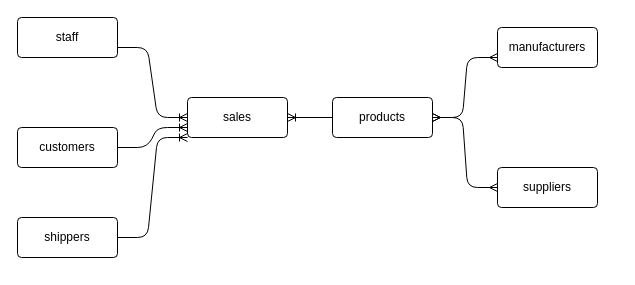
This is Untitled Diagram.drawio from Emma664/World-population, a draw.io file, before an edit. Source tidied: cells renumbered, new cells numbered last; positions are measured from the earlier drawing's top-left corner, leaving out a move shared by most shapes. Both pictures are drawn from the tidied source at 100%, with x=0, y=0 at pixel (17, 17).
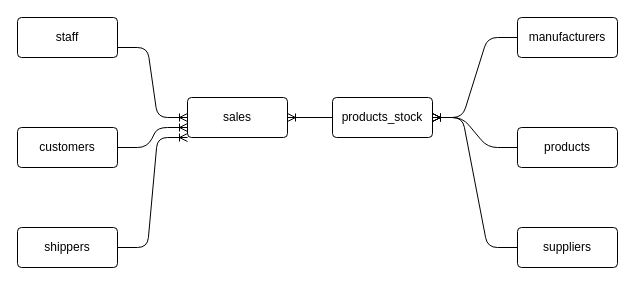
Above is the later version.

The edit, as a diff of the source:
```diff
@@
 <mxGraphModel>
   <root>
     <mxCell id="0" />
     <mxCell id="1" parent="0" />
-    <mxCell id="2" value="products" style="rounded=1;arcSize=10;whiteSpace=wrap;html=1;align=center;" parent="1" vertex="1">
+    <mxCell id="2" value="products_stock" style="rounded=1;arcSize=10;whiteSpace=wrap;html=1;align=center;" parent="1" vertex="1">
       <mxGeometry x="315" y="80" width="100" height="40" as="geometry" />
     </mxCell>
     <mxCell id="3" value="staff" style="rounded=1;arcSize=10;whiteSpace=wrap;html=1;align=center;" parent="1" vertex="1">
       <mxGeometry width="100" height="40" as="geometry" />
     </mxCell>
     <mxCell id="4" value="customers" style="rounded=1;arcSize=10;whiteSpace=wrap;html=1;align=center;" parent="1" vertex="1">
       <mxGeometry y="110" width="100" height="40" as="geometry" />
     </mxCell>
     <mxCell id="5" value="suppliers" style="rounded=1;arcSize=10;whiteSpace=wrap;html=1;align=center;" parent="1" vertex="1">
-      <mxGeometry x="480" y="150" width="100" height="40" as="geometry" />
+      <mxGeometry x="500" y="210" width="100" height="40" as="geometry" />
     </mxCell>
     <mxCell id="6" value="manufacturers" style="rounded=1;arcSize=10;whiteSpace=wrap;html=1;align=center;" parent="1" vertex="1">
-      <mxGeometry x="480" y="10" width="100" height="40" as="geometry" />
+      <mxGeometry x="500" width="100" height="40" as="geometry" />
     </mxCell>
     <mxCell id="7" value="shippers" style="rounded=1;arcSize=10;whiteSpace=wrap;html=1;align=center;" parent="1" vertex="1">
-      <mxGeometry y="200" width="100" height="40" as="geometry" />
+      <mxGeometry y="210" width="100" height="40" as="geometry" />
     </mxCell>
     <mxCell id="8" value="sales" style="rounded=1;arcSize=10;whiteSpace=wrap;html=1;align=center;" parent="1" vertex="1">
       <mxGeometry x="170" y="80" width="100" height="40" as="geometry" />
     </mxCell>
-    <mxCell id="9" style="edgeStyle=entityRelationEdgeStyle;fontSize=12;html=1;endArrow=ERmany;startArrow=ERmany;entryX=0;entryY=0.75;entryDx=0;entryDy=0;exitX=1;exitY=0.5;exitDx=0;exitDy=0;" parent="1" edge="1" source="2" target="6">
-      <mxGeometry relative="1" as="geometry" />
-    </mxCell>
-    <mxCell id="10" style="edgeStyle=entityRelationEdgeStyle;fontSize=12;html=1;endArrow=ERmany;startArrow=ERmany;" parent="1" edge="1" source="5" target="2">
-      <mxGeometry relative="1" as="geometry" />
-    </mxCell>
     <mxCell id="11" style="edgeStyle=entityRelationEdgeStyle;fontSize=12;html=1;endArrow=ERoneToMany;" parent="1" edge="1" source="2" target="8">
       <mxGeometry relative="1" as="geometry" />
     </mxCell>
     <mxCell id="12" style="edgeStyle=entityRelationEdgeStyle;fontSize=12;html=1;endArrow=ERoneToMany;exitX=1;exitY=0.75;exitDx=0;exitDy=0;entryX=0;entryY=0.5;entryDx=0;entryDy=0;" parent="1" edge="1" source="3" target="8">
       <mxGeometry relative="1" as="geometry" />
     </mxCell>
     <mxCell id="13" style="edgeStyle=entityRelationEdgeStyle;fontSize=12;html=1;endArrow=ERoneToMany;exitX=1;exitY=0.5;exitDx=0;exitDy=0;entryX=0;entryY=0.75;entryDx=0;entryDy=0;" parent="1" edge="1" source="4" target="8">
       <mxGeometry relative="1" as="geometry" />
     </mxCell>
     <mxCell id="14" style="edgeStyle=entityRelationEdgeStyle;fontSize=12;html=1;endArrow=ERoneToMany;exitX=1;exitY=0.5;exitDx=0;exitDy=0;entryX=0;entryY=1;entryDx=0;entryDy=0;" parent="1" edge="1" source="7" target="8">
       <mxGeometry relative="1" as="geometry" />
     </mxCell>
+    <mxCell id="15" value="products" style="rounded=1;arcSize=10;whiteSpace=wrap;html=1;align=center;" parent="1" vertex="1">
+      <mxGeometry x="500" y="110" width="100" height="40" as="geometry" />
+    </mxCell>
+    <mxCell id="16" style="edgeStyle=entityRelationEdgeStyle;fontSize=12;html=1;endArrow=ERoneToMany;" parent="1" edge="1" source="6" target="2">
+      <mxGeometry relative="1" as="geometry" />
+    </mxCell>
+    <mxCell id="17" style="edgeStyle=entityRelationEdgeStyle;fontSize=12;html=1;endArrow=ERoneToMany;" parent="1" edge="1" source="15" target="2">
+      <mxGeometry relative="1" as="geometry" />
+    </mxCell>
+    <mxCell id="10" style="edgeStyle=entityRelationEdgeStyle;fontSize=12;html=1;endArrow=ERoneToMany;" parent="1" edge="1" source="5" target="2">
+      <mxGeometry relative="1" as="geometry" />
+    </mxCell>
   </root>
 </mxGraphModel>
```
